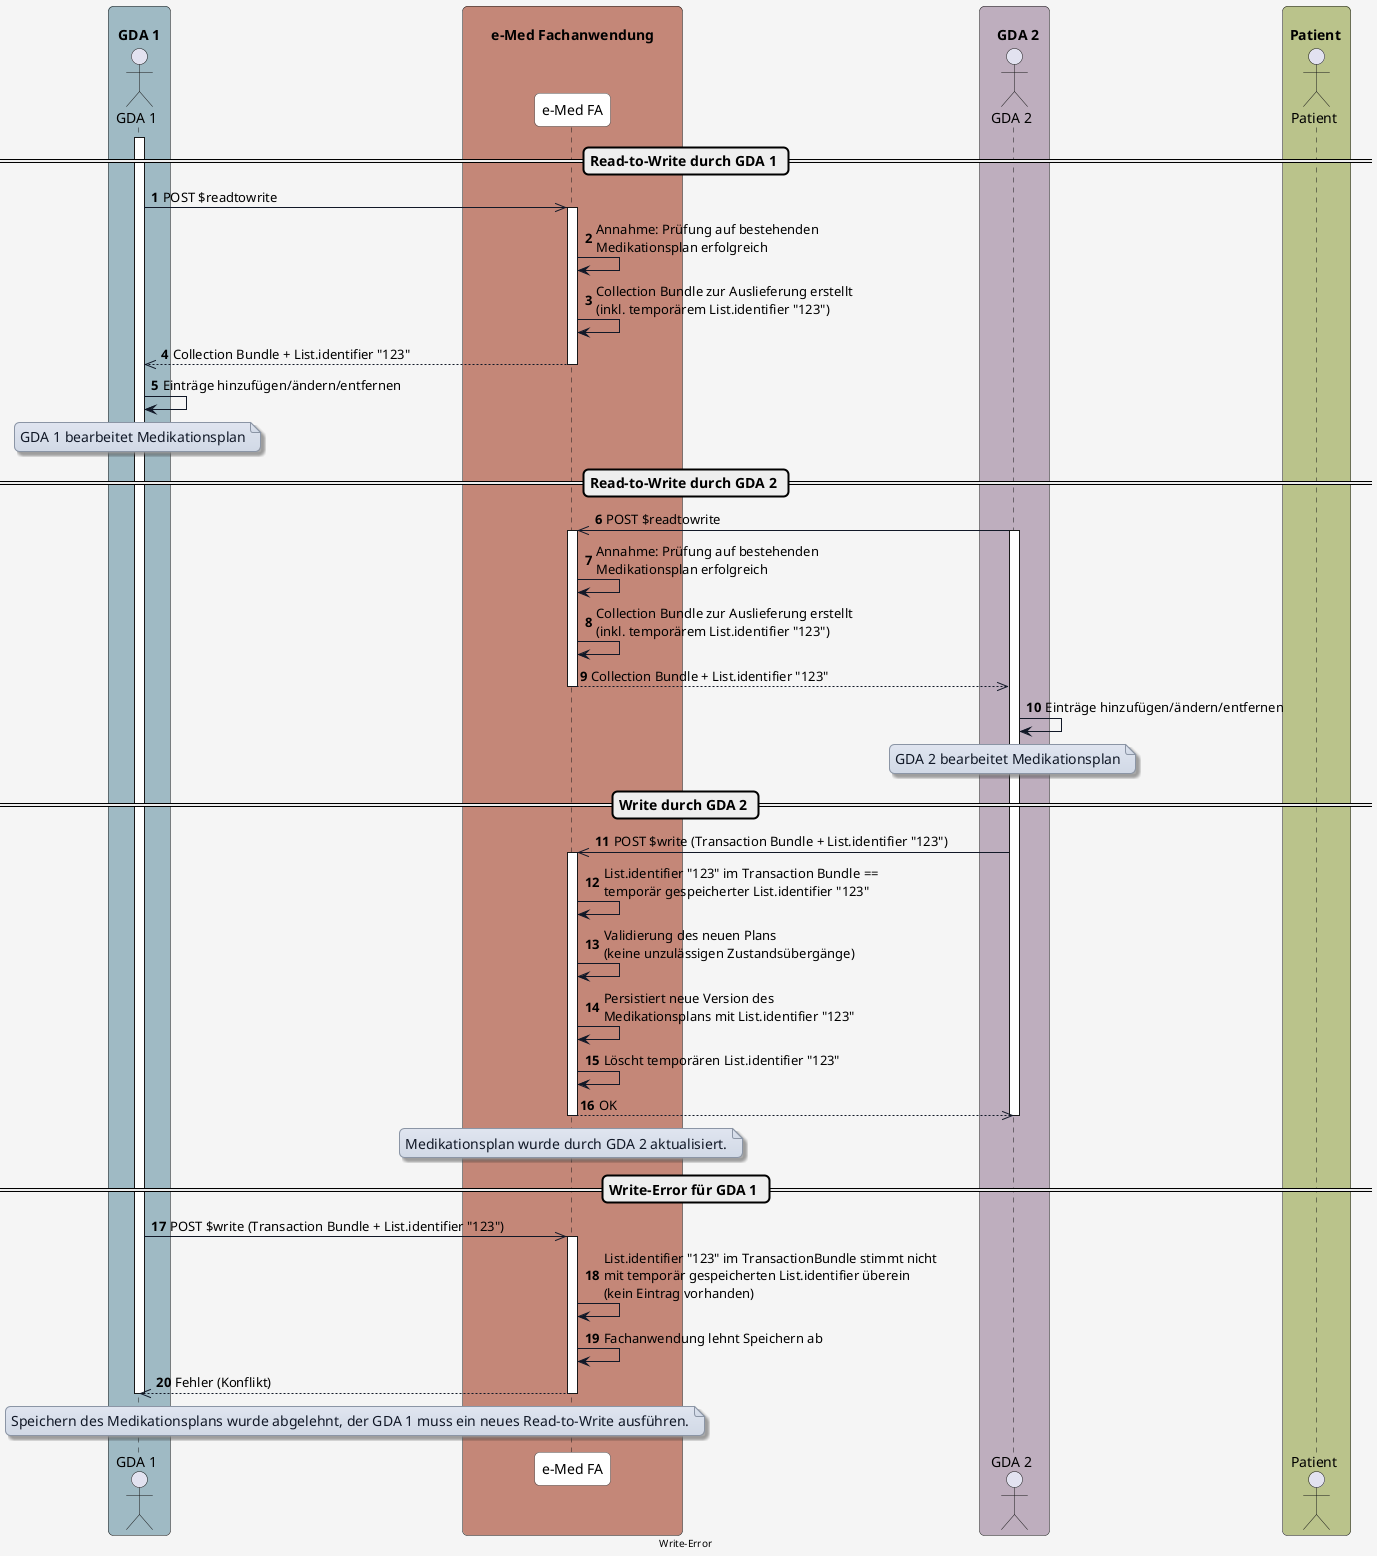
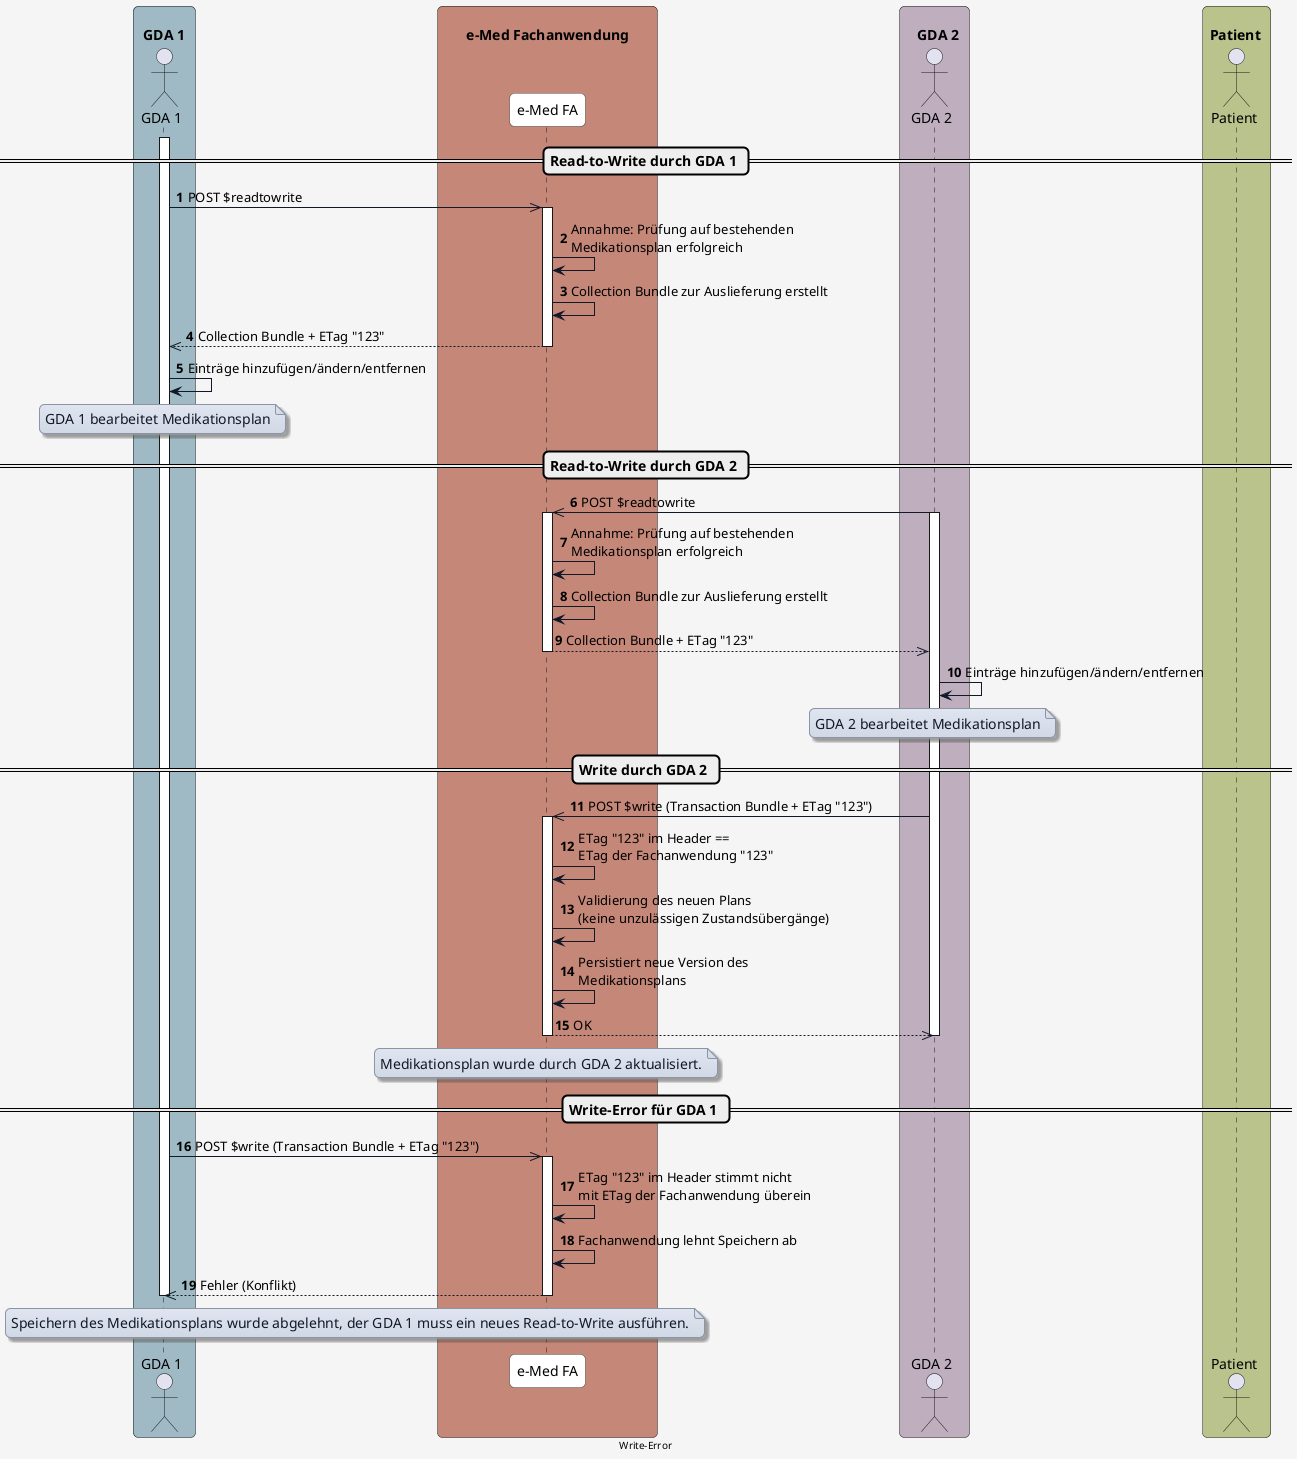
@startuml
skinparam borderColor #000000
skinparam backgroundColor #f5f5f5
skinparam shadowing false
skinparam roundCorner 10
skinparam defaultFontName "Arial"
skinparam defaultFontSize 14
skinparam defaultFontColor #000000

skinparam note {
  BackgroundColor #e0e5f0-#d1d9e6
  BorderColor #8b95a5
  BorderThickness 1
  RoundCorner 8
  Padding 6
  FontColor #111827
  Shadowing true
}

skinparam HyperlinkColor #0000EE
skinparam HyperlinkUnderline false

skinparam sequence {
  ParticipantBorderColor #555555
  ParticipantBackgroundColor #ffffff
  ParticipantFontColor #000000
  ParticipantFontSize 14
  ParticipantPadding 20
  ArrowColor #111827
  ArrowThickness 1
  ArrowFontColor #000000
  ArrowFontSize 13
  GroupBorderColor #111827
  GroupBackgroundColor #eef2ff
  GroupBorderThickness 2
}

skinparam BoxPadding 20
skinparam BoxBorderColor #555555

box "\n  GDA 1  " #9fbac4
  actor GDA_1 as "GDA 1"
end box

box "\n       e-Med Fachanwendung       " #C48778
  participant eMed_FA as "e-Med FA"
end box

box "\n    GDA 2  " #beaebe
  actor GDA_2 as "GDA 2"
end box

box "\n Patient  " #bac38b
  actor Patient as "Patient"
end box


autonumber


== Read-to-Write durch GDA 1 ==
activate GDA_1
GDA_1 ->> eMed_FA: POST $readtowrite

activate eMed_FA
eMed_FA -> eMed_FA: Annahme: Prüfung auf bestehenden\nMedikationsplan erfolgreich
- eMed_FA -> eMed_FA: Collection Bundle zur Auslieferung erstellt\n(inkl. temporärem List.identifier "123")
+ eMed_FA -> eMed_FA: Collection Bundle zur Auslieferung erstellt

- eMed_FA -->> GDA_1: Collection Bundle + List.identifier "123"
+ eMed_FA -->> GDA_1: Collection Bundle + ETag "123"
deactivate eMed_FA

GDA_1 -> GDA_1: Einträge hinzufügen/ändern/entfernen

note over GDA_1
GDA 1 bearbeitet Medikationsplan
end note

== Read-to-Write durch GDA 2 ==

GDA_2 ->> eMed_FA: POST $readtowrite
activate GDA_2

activate eMed_FA
eMed_FA -> eMed_FA: Annahme: Prüfung auf bestehenden\nMedikationsplan erfolgreich
- eMed_FA -> eMed_FA: Collection Bundle zur Auslieferung erstellt\n(inkl. temporärem List.identifier "123")
+ eMed_FA -> eMed_FA: Collection Bundle zur Auslieferung erstellt

- eMed_FA -->> GDA_2: Collection Bundle + List.identifier "123"
+ eMed_FA -->> GDA_2: Collection Bundle + ETag "123"
deactivate eMed_FA

GDA_2 -> GDA_2: Einträge hinzufügen/ändern/entfernen

note over GDA_2
GDA 2 bearbeitet Medikationsplan
end note

== Write durch GDA 2 ==

- GDA_2 ->> eMed_FA: POST $write (Transaction Bundle + List.identifier "123")
+ GDA_2 ->> eMed_FA: POST $write (Transaction Bundle + ETag "123")

activate eMed_FA
- eMed_FA -> eMed_FA: List.identifier "123" im Transaction Bundle ==\ntemporär gespeicherter List.identifier "123"
+ eMed_FA -> eMed_FA: ETag "123" im Header ==\nETag der Fachanwendung "123"
eMed_FA -> eMed_FA: Validierung des neuen Plans\n(keine unzulässigen Zustandsübergänge)
- eMed_FA -> eMed_FA: Persistiert neue Version des\nMedikationsplans mit List.identifier "123"
- eMed_FA -> eMed_FA: Löscht temporären List.identifier "123"
+ eMed_FA -> eMed_FA: Persistiert neue Version des\nMedikationsplans
eMed_FA -->> GDA_2: OK
deactivate GDA_2

note over eMed_FA
Medikationsplan wurde durch GDA 2 aktualisiert.
end note

deactivate eMed_FA

== Write-Error für GDA 1 ==

- GDA_1 ->> eMed_FA: POST $write (Transaction Bundle + List.identifier "123")
+ GDA_1 ->> eMed_FA: POST $write (Transaction Bundle + ETag "123")

activate eMed_FA
- eMed_FA -> eMed_FA: List.identifier "123" im TransactionBundle stimmt nicht\nmit temporär gespeicherten List.identifier überein\n(kein Eintrag vorhanden)
+ eMed_FA -> eMed_FA: ETag "123" im Header stimmt nicht\nmit ETag der Fachanwendung überein
eMed_FA -> eMed_FA: Fachanwendung lehnt Speichern ab
eMed_FA -->> GDA_1: Fehler (Konflikt)
deactivate GDA_1
note over eMed_FA, GDA_1
Speichern des Medikationsplans wurde abgelehnt, der GDA 1 muss ein neues Read-to-Write ausführen.
end note

deactivate eMed_FA

center footer Write-Error

@enduml